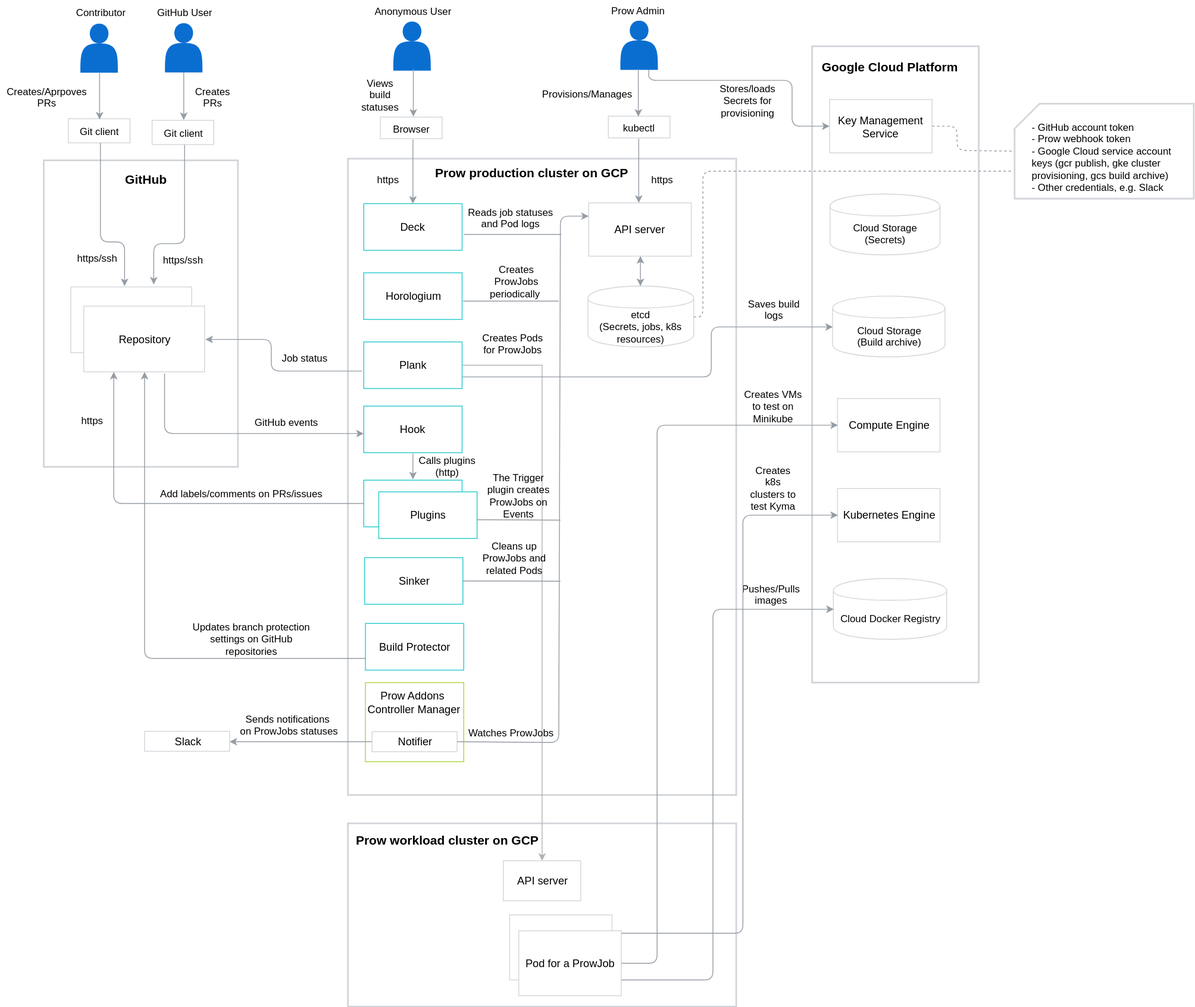
The draw.io diagram docs/prow/assets/prow-architecture.svg in kyma-project/test-infra, before a commit. Source tidied: cells renumbered, new cells last; positions are measured from the earlier drawing's top-left corner, leaving out a move shared by most shapes.
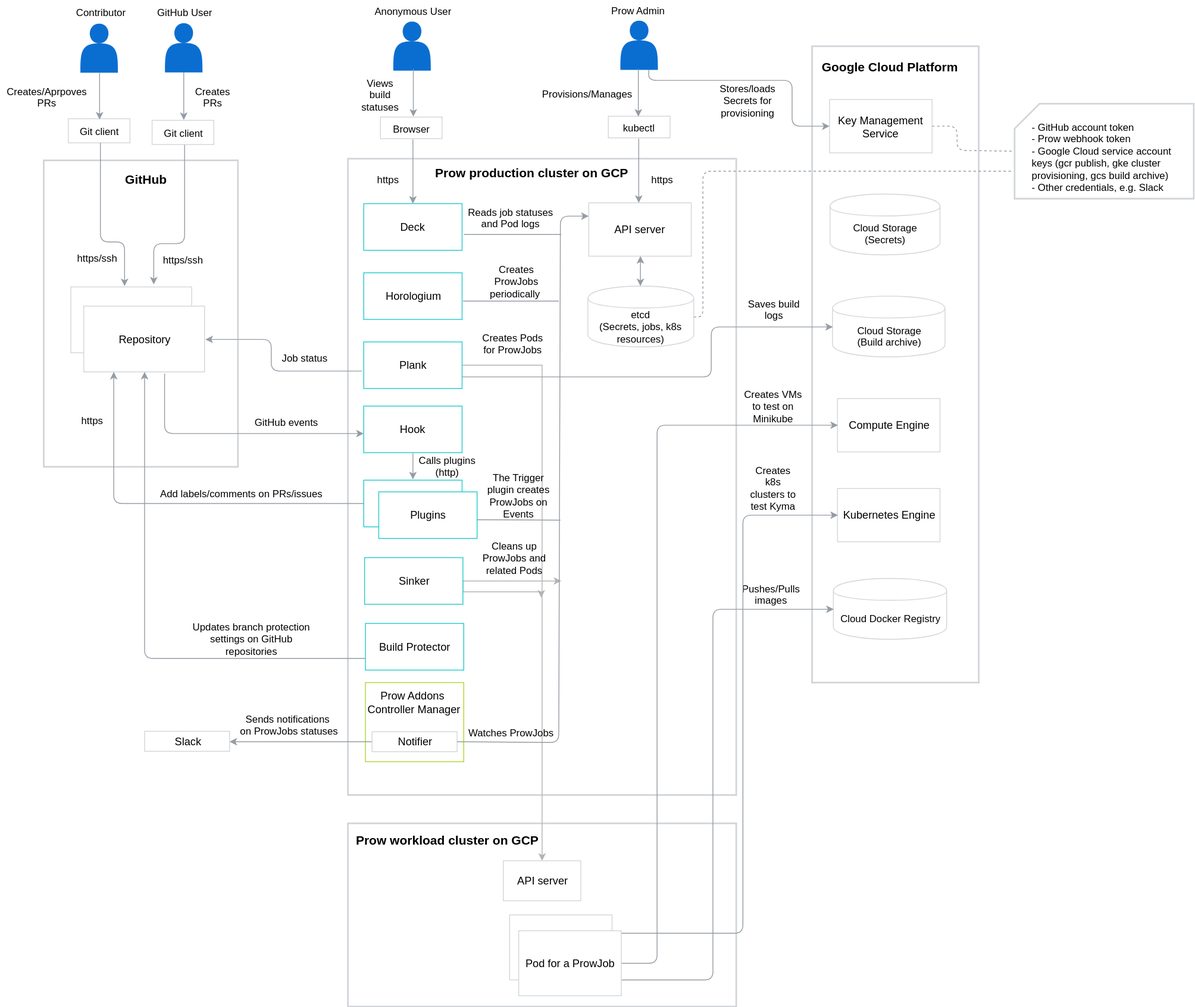
Later version of the same file.

Commit message:
Fine tuned architecture docs

What changed in the source:
```diff
@@ -91,11 +91,24 @@
     <mxCell id="24" style="rounded=0;whiteSpace=wrap;html=1;strokeColor=#24CACC;strokeWidth=1;" parent="1" vertex="1">
       <mxGeometry x="436" y="575" width="118" height="56" as="geometry" />
     </mxCell>
-    <mxCell id="25" style="edgeStyle=orthogonalEdgeStyle;rounded=0;html=1;exitX=1;exitY=0.5;exitDx=0;exitDy=0;jettySize=auto;endArrow=none;endFill=0;strokeColor=#959CA4;" parent="1" edge="1" source="26">
-      <mxGeometry relative="1" as="geometry">
-        <mxPoint x="672" y="696.3" as="targetPoint" />
-      </mxGeometry>
-    </mxCell>
+    <mxCell id="103" style="edgeStyle=orthogonalEdgeStyle;rounded=0;jettySize=auto;html=1;exitX=1;exitY=0.5;exitDx=0;exitDy=0;shadow=0;strokeColor=#B3B3B3;fillColor=#B3B3B3;" parent="1" edge="1" source="26">
+      <mxGeometry relative="1" as="geometry">
+        <mxPoint x="649" y="716" as="targetPoint" />
+        <Array as="points">
+          <mxPoint x="555" y="709" />
+          <mxPoint x="649" y="709" />
+        </Array>
+      </mxGeometry>
+    </mxCell>
+    <mxCell id="104" style="edgeStyle=orthogonalEdgeStyle;rounded=0;jettySize=auto;html=1;exitX=1;exitY=0.5;exitDx=0;exitDy=0;shadow=0;strokeColor=#B3B3B3;fillColor=#B3B3B3;" parent="1" edge="1" source="26">
+      <mxGeometry relative="1" as="geometry">
+        <mxPoint x="673.5" y="696" as="targetPoint" />
+        <Array as="points">
+          <mxPoint x="643" y="696" />
+          <mxPoint x="643" y="696" />
+        </Array>
+      </mxGeometry>
+    </mxCell>
     <mxCell id="26" value="&lt;font style=&quot;font-size: 13px&quot;&gt;Sinker&lt;/font&gt;" style="rounded=0;whiteSpace=wrap;html=1;strokeColor=#24CACC;strokeWidth=1;" parent="1" vertex="1">
       <mxGeometry x="437" y="668" width="118" height="56" as="geometry" />
     </mxCell>
```
